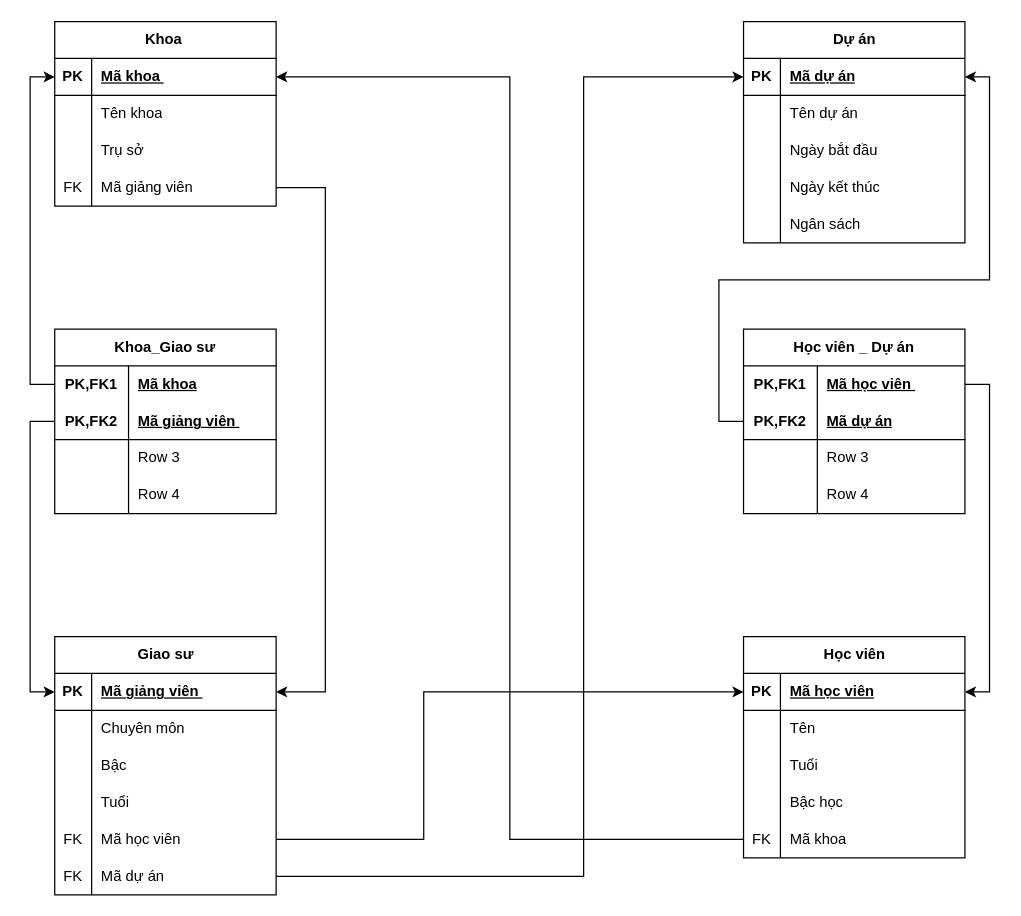
Earlier version of the draw.io diagram bai2_RM.drawio (Hathe22/CSDL). Source tidied: cells renumbered, new cells numbered last; positions are measured from the earlier drawing's top-left corner, leaving out a move shared by most shapes. Both pictures are drawn from the tidied source at 123%, with x=0, y=0 at pixel (54, 21).
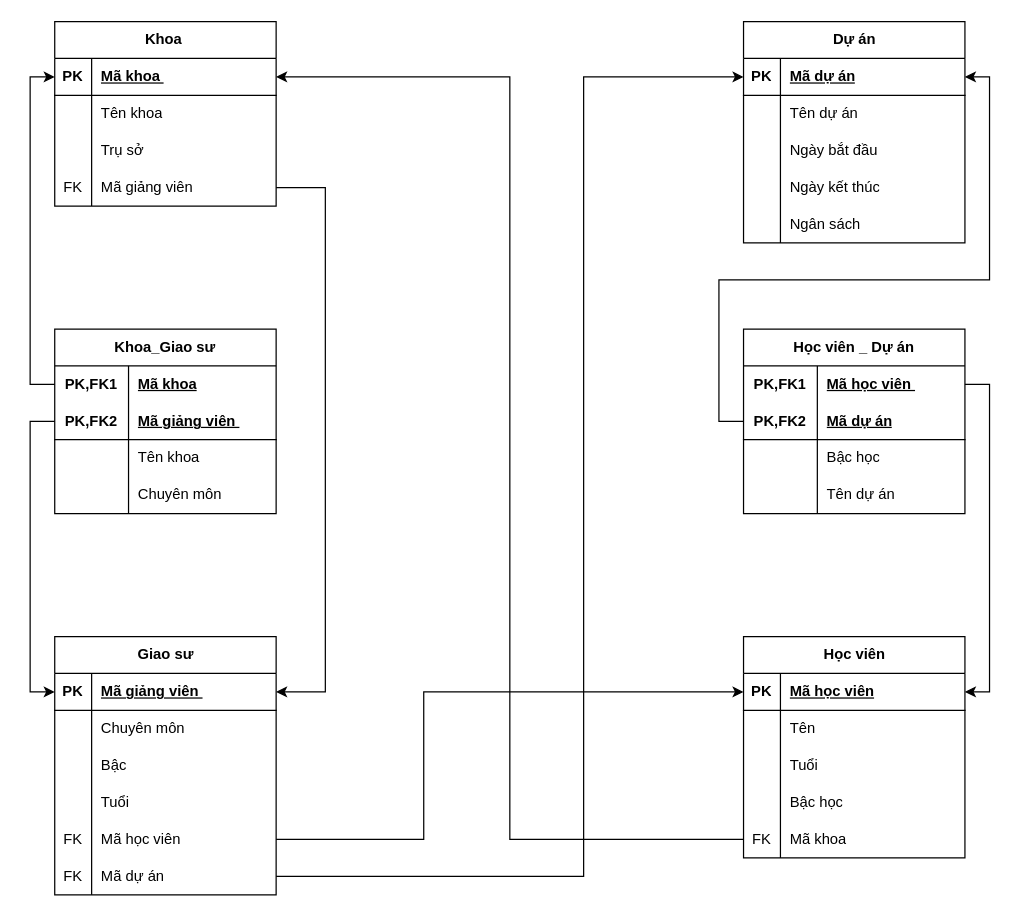
The same page after the edit.

Commit message (it also covers changes not shown here):
Cập nhật bai2_RM.drawio

Unchanged cells that the change refers to:
```xml
<mxCell id="73" style="shape=tableRow;horizontal=0;startSize=0;swimlaneHead=0;swimlaneBody=0;fillColor=none;top=0;left=0;right=0;bottom=0;html=1;" parent="66" vertex="1">
  <mxGeometry y="90" width="180" height="30" as="geometry" />
</mxCell>
<mxCell id="76" style="shape=tableRow;horizontal=0;startSize=0;swimlaneHead=0;swimlaneBody=0;fillColor=none;top=0;left=0;right=0;bottom=0;html=1;" parent="66" vertex="1">
  <mxGeometry y="120" width="180" height="30" as="geometry" />
</mxCell>
<mxCell id="86" style="shape=tableRow;horizontal=0;startSize=0;swimlaneHead=0;swimlaneBody=0;fillColor=none;top=0;left=0;right=0;bottom=0;html=1;" parent="79" vertex="1">
  <mxGeometry y="90" width="180" height="30" as="geometry" />
</mxCell>
<mxCell id="89" style="shape=tableRow;horizontal=0;startSize=0;swimlaneHead=0;swimlaneBody=0;fillColor=none;top=0;left=0;right=0;bottom=0;html=1;" parent="79" vertex="1">
  <mxGeometry y="120" width="180" height="30" as="geometry" />
</mxCell>
```

Diff of the diagram source:
```diff
@@
-    <mxCell id="75" value="Row 3" style="shape=partialRectangle;fillColor=none;top=0;left=0;bottom=0;right=0;align=left;spacingLeft=6;overflow=hidden;html=1;whiteSpace=wrap;" parent="73" vertex="1">
+    <mxCell id="75" value="Bậc học" style="shape=partialRectangle;fillColor=none;top=0;left=0;bottom=0;right=0;align=left;spacingLeft=6;overflow=hidden;html=1;whiteSpace=wrap;" parent="73" vertex="1">
       <mxGeometry x="60" width="120" height="30" as="geometry" />
     </mxCell>
@@
-    <mxCell id="78" value="Row 4" style="shape=partialRectangle;fillColor=none;top=0;left=0;bottom=0;right=0;align=left;spacingLeft=6;overflow=hidden;html=1;whiteSpace=wrap;" parent="76" vertex="1">
+    <mxCell id="78" value="Tên dự án" style="shape=partialRectangle;fillColor=none;top=0;left=0;bottom=0;right=0;align=left;spacingLeft=6;overflow=hidden;html=1;whiteSpace=wrap;" parent="76" vertex="1">
       <mxGeometry x="60" width="120" height="30" as="geometry" />
     </mxCell>
@@
-    <mxCell id="88" value="Row 3" style="shape=partialRectangle;fillColor=none;top=0;left=0;bottom=0;right=0;align=left;spacingLeft=6;overflow=hidden;html=1;whiteSpace=wrap;" parent="86" vertex="1">
+    <mxCell id="88" value="Tên khoa&amp;nbsp;" style="shape=partialRectangle;fillColor=none;top=0;left=0;bottom=0;right=0;align=left;spacingLeft=6;overflow=hidden;html=1;whiteSpace=wrap;" parent="86" vertex="1">
       <mxGeometry x="60" width="120" height="30" as="geometry" />
     </mxCell>
@@
-    <mxCell id="91" value="Row 4" style="shape=partialRectangle;fillColor=none;top=0;left=0;bottom=0;right=0;align=left;spacingLeft=6;overflow=hidden;html=1;whiteSpace=wrap;" parent="89" vertex="1">
+    <mxCell id="91" value="Chuyên môn" style="shape=partialRectangle;fillColor=none;top=0;left=0;bottom=0;right=0;align=left;spacingLeft=6;overflow=hidden;html=1;whiteSpace=wrap;" parent="89" vertex="1">
       <mxGeometry x="60" width="120" height="30" as="geometry" />
     </mxCell>
```
